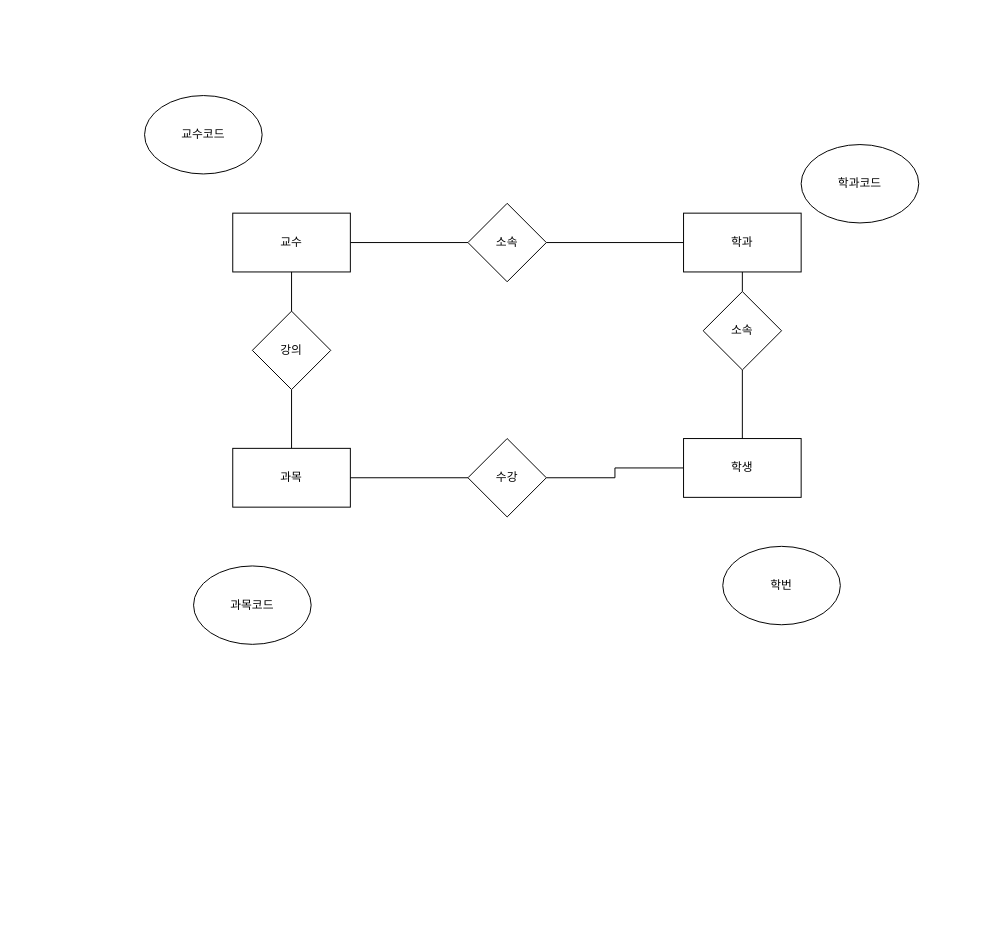
The draw.io diagram 제목 없는 다이어그램.drawio in hannakhw/welcome, before the edit. Source tidied: cells renumbered, new cells numbered last; positions are measured from the earlier drawing's top-left corner, leaving out a move shared by most shapes. Both pictures are drawn from the tidied source at 98%, with x=0, y=0 at pixel (144, 95).
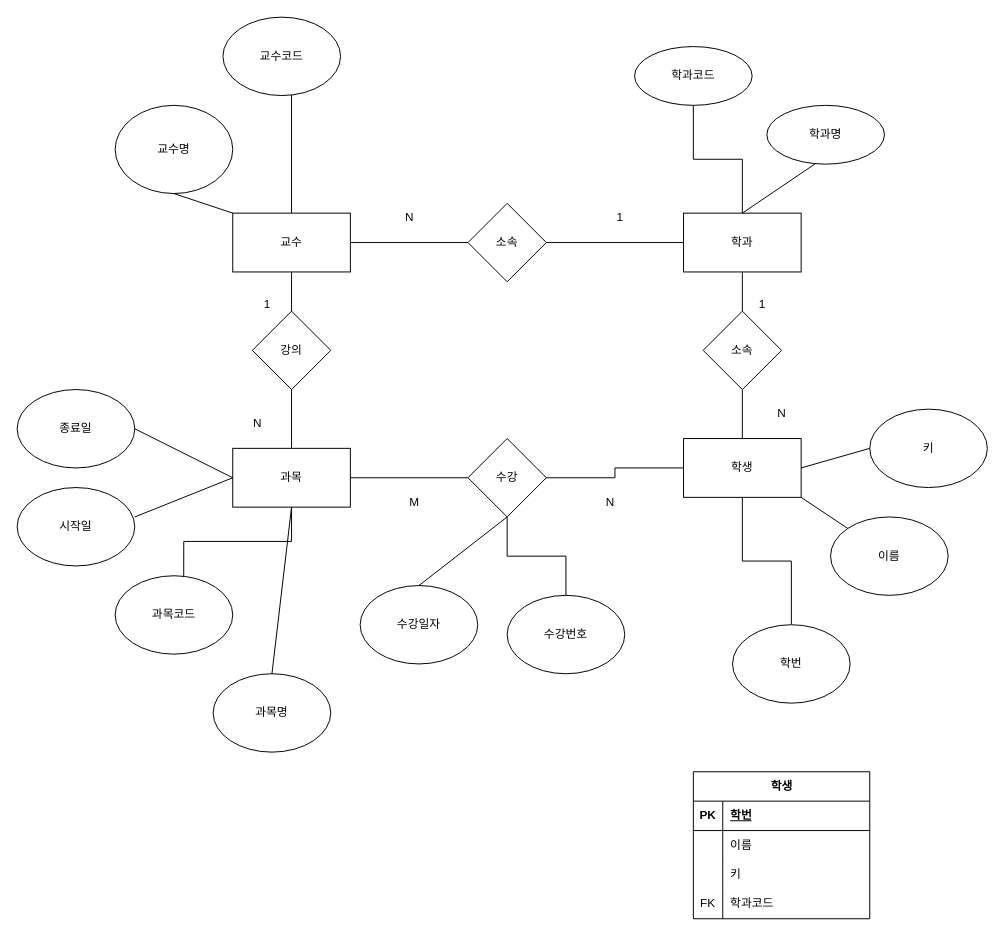
After the change.

Commit message:
제목 없는 다이어그램.drawio 업데이트

Unchanged cells that the change refers to:
```xml
<mxCell id="3" value="학생" style="rounded=0;whiteSpace=wrap;html=1;" parent="1" vertex="1">
  <mxGeometry x="550" y="350" width="120" height="60" as="geometry" />
</mxCell>
<mxCell id="9" value="학과" style="rounded=0;whiteSpace=wrap;html=1;strokeColor=default;align=center;verticalAlign=middle;fontFamily=Helvetica;fontSize=12;fontColor=default;fillColor=default;" parent="1" vertex="1">
  <mxGeometry x="550" y="120" width="120" height="60" as="geometry" />
</mxCell>
<mxCell id="11" value="교수" style="rounded=0;whiteSpace=wrap;html=1;" parent="1" vertex="1">
  <mxGeometry x="90" y="120" width="120" height="60" as="geometry" />
</mxCell>
<mxCell id="13" value="과목" style="rounded=0;whiteSpace=wrap;html=1;" parent="1" vertex="1">
  <mxGeometry x="90" y="360" width="120" height="60" as="geometry" />
</mxCell>
<mxCell id="21" value="수강" style="rhombus;whiteSpace=wrap;html=1;" parent="1" vertex="1">
  <mxGeometry x="330" y="350" width="80" height="80" as="geometry" />
</mxCell>
```

The edit, as a diff of the source:
```diff
@@
+    <mxCell id="22" style="edgeStyle=orthogonalEdgeStyle;rounded=0;jettySize=auto;html=1;exitX=0.5;exitY=1;exitDx=0;exitDy=0;entryX=0.5;entryY=0;entryDx=0;entryDy=0;endArrow=none;endFill=0;" parent="1" edge="1" source="3" target="4">
+      <mxGeometry relative="1" as="geometry" />
+    </mxCell>
@@
     <mxCell id="4" value="학번" style="ellipse;whiteSpace=wrap;html=1;" parent="1" vertex="1">
-      <mxGeometry x="590" y="460" width="120" height="80" as="geometry" />
+      <mxGeometry x="600" y="540" width="120" height="80" as="geometry" />
     </mxCell>
+    <mxCell id="23" style="edgeStyle=orthogonalEdgeStyle;rounded=0;jettySize=auto;html=1;exitX=1;exitY=1;exitDx=0;exitDy=0;entryX=0.5;entryY=0;entryDx=0;entryDy=0;endArrow=none;endFill=0;" parent="1" edge="1" source="5" target="11">
+      <mxGeometry relative="1" as="geometry">
+        <Array as="points">
+          <mxPoint x="150" y="-12" />
+        </Array>
+      </mxGeometry>
+    </mxCell>
     <mxCell id="5" value="교수코드" style="ellipse;whiteSpace=wrap;html=1;" parent="1" vertex="1">
-      <mxGeometry width="120" height="80" as="geometry" />
+      <mxGeometry x="80" y="-80" width="120" height="80" as="geometry" />
     </mxCell>
     <mxCell id="6" value="과목코드" style="ellipse;whiteSpace=wrap;html=1;" parent="1" vertex="1">
-      <mxGeometry x="50" y="480" width="120" height="80" as="geometry" />
+      <mxGeometry x="-30" y="490" width="120" height="80" as="geometry" />
     </mxCell>
+    <mxCell id="24" style="edgeStyle=orthogonalEdgeStyle;rounded=0;jettySize=auto;html=1;endArrow=none;endFill=0;entryX=0.5;entryY=0;entryDx=0;entryDy=0;" parent="1" edge="1" source="7" target="9">
+      <mxGeometry relative="1" as="geometry" />
+    </mxCell>
     <mxCell id="7" value="학과코드" style="ellipse;whiteSpace=wrap;html=1;" parent="1" vertex="1">
-      <mxGeometry x="670" y="50" width="120" height="80" as="geometry" />
+      <mxGeometry x="500" y="-50" width="120" height="60" as="geometry" />
     </mxCell>
@@
     <mxCell id="17" value="소속" style="rhombus;whiteSpace=wrap;html=1;" parent="1" vertex="1">
-      <mxGeometry x="570" y="200" width="80" height="80" as="geometry" />
+      <mxGeometry x="570" y="220" width="80" height="80" as="geometry" />
     </mxCell>
@@
+    <mxCell id="25" style="edgeStyle=orthogonalEdgeStyle;rounded=0;jettySize=auto;html=1;exitX=0.5;exitY=1;exitDx=0;exitDy=0;endArrow=none;endFill=0;" parent="1" edge="1" source="21" target="35">
+      <mxGeometry relative="1" as="geometry">
+        <Array as="points">
+          <mxPoint x="370" y="470" />
+          <mxPoint x="430" y="470" />
+        </Array>
+      </mxGeometry>
+    </mxCell>
@@
+    <mxCell id="26" style="edgeStyle=orthogonalEdgeStyle;rounded=0;jettySize=auto;html=1;exitX=0.5;exitY=1;exitDx=0;exitDy=0;entryX=0.583;entryY=0.017;entryDx=0;entryDy=0;entryPerimeter=0;endArrow=none;endFill=0;" parent="1" edge="1" source="13" target="6">
+      <mxGeometry relative="1" as="geometry" />
+    </mxCell>
+    <mxCell id="27" value="N" style="text;html=1;align=center;verticalAlign=middle;strokeColor=none;fillColor=none;" parent="1" vertex="1">
+      <mxGeometry x="255" y="110" width="30" height="30" as="geometry" />
+    </mxCell>
+    <mxCell id="28" value="1" style="text;html=1;align=center;verticalAlign=middle;strokeColor=none;fillColor=none;" parent="1" vertex="1">
+      <mxGeometry x="470" y="110" width="30" height="30" as="geometry" />
+    </mxCell>
+    <mxCell id="29" value="1" style="text;html=1;align=center;verticalAlign=middle;strokeColor=none;fillColor=none;" parent="1" vertex="1">
+      <mxGeometry x="615" y="198" width="30" height="30" as="geometry" />
+    </mxCell>
+    <mxCell id="30" value="N" style="text;html=1;align=center;verticalAlign=middle;strokeColor=none;fillColor=none;" parent="1" vertex="1">
+      <mxGeometry x="635" y="310" width="30" height="30" as="geometry" />
+    </mxCell>
+    <mxCell id="31" value="1" style="text;html=1;align=center;verticalAlign=middle;strokeColor=none;fillColor=none;" parent="1" vertex="1">
+      <mxGeometry x="110" y="198" width="30" height="30" as="geometry" />
+    </mxCell>
+    <mxCell id="32" value="N" style="text;html=1;align=center;verticalAlign=middle;strokeColor=none;fillColor=none;" parent="1" vertex="1">
+      <mxGeometry x="100" y="320" width="30" height="30" as="geometry" />
+    </mxCell>
+    <mxCell id="33" value="N" style="text;html=1;align=center;verticalAlign=middle;strokeColor=none;fillColor=none;" parent="1" vertex="1">
+      <mxGeometry x="460" y="400" width="30" height="30" as="geometry" />
+    </mxCell>
+    <mxCell id="34" value="M" style="text;html=1;align=center;verticalAlign=middle;strokeColor=none;fillColor=none;" parent="1" vertex="1">
+      <mxGeometry x="260" y="400" width="30" height="30" as="geometry" />
+    </mxCell>
+    <mxCell id="35" value="수강번호" style="ellipse;whiteSpace=wrap;html=1;" parent="1" vertex="1">
+      <mxGeometry x="370" y="510" width="120" height="80" as="geometry" />
+    </mxCell>
+    <mxCell id="36" value="교수명" style="ellipse;whiteSpace=wrap;html=1;" parent="1" vertex="1">
+      <mxGeometry x="-30" y="10" width="120" height="90" as="geometry" />
+    </mxCell>
+    <mxCell id="37" style="endArrow=none;html=1;rounded=0;entryX=0;entryY=0;entryDx=0;entryDy=0;exitX=0.5;exitY=1;exitDx=0;exitDy=0;" parent="1" edge="1" source="36" target="11">
+      <mxGeometry relative="1" as="geometry" />
+    </mxCell>
+    <mxCell id="38" value="학과명" style="ellipse;whiteSpace=wrap;html=1;" parent="1" vertex="1">
+      <mxGeometry x="635" y="10" width="120" height="60" as="geometry" />
+    </mxCell>
+    <mxCell id="39" style="endArrow=none;html=1;rounded=0;entryX=0.411;entryY=0.994;entryDx=0;entryDy=0;entryPerimeter=0;exitX=0.5;exitY=0;exitDx=0;exitDy=0;" parent="1" edge="1" source="9" target="38">
+      <mxGeometry relative="1" as="geometry" />
+    </mxCell>
+    <mxCell id="40" value="수강일자" style="ellipse;whiteSpace=wrap;html=1;" parent="1" vertex="1">
+      <mxGeometry x="220" y="500" width="120" height="80" as="geometry" />
+    </mxCell>
+    <mxCell id="41" style="endArrow=none;html=1;rounded=0;entryX=0.5;entryY=1;entryDx=0;entryDy=0;exitX=0.5;exitY=0;exitDx=0;exitDy=0;" parent="1" edge="1" source="40" target="21">
+      <mxGeometry relative="1" as="geometry" />
+    </mxCell>
+    <mxCell id="42" value="이름" style="ellipse;whiteSpace=wrap;html=1;" parent="1" vertex="1">
+      <mxGeometry x="700" y="430" width="120" height="80" as="geometry" />
+    </mxCell>
+    <mxCell id="43" style="endArrow=none;html=1;rounded=0;entryX=1;entryY=1;entryDx=0;entryDy=0;" parent="1" edge="1" source="42" target="3">
+      <mxGeometry relative="1" as="geometry" />
+    </mxCell>
+    <mxCell id="44" value="키" style="ellipse;whiteSpace=wrap;html=1;" parent="1" vertex="1">
+      <mxGeometry x="740" y="320" width="120" height="80" as="geometry" />
+    </mxCell>
+    <mxCell id="45" style="endArrow=none;html=1;rounded=0;entryX=0;entryY=0.5;entryDx=0;entryDy=0;exitX=1;exitY=0.5;exitDx=0;exitDy=0;" parent="1" edge="1" source="3" target="44">
+      <mxGeometry relative="1" as="geometry" />
+    </mxCell>
+    <mxCell id="46" value="과목명" style="ellipse;whiteSpace=wrap;html=1;" parent="1" vertex="1">
+      <mxGeometry x="70" y="590" width="120" height="80" as="geometry" />
+    </mxCell>
+    <mxCell id="47" style="endArrow=none;html=1;rounded=0;entryX=0.5;entryY=1;entryDx=0;entryDy=0;exitX=0.5;exitY=0;exitDx=0;exitDy=0;" parent="1" edge="1" source="46" target="13">
+      <mxGeometry relative="1" as="geometry" />
+    </mxCell>
+    <mxCell id="48" value="시작일" style="ellipse;whiteSpace=wrap;html=1;" parent="1" vertex="1">
+      <mxGeometry x="-130" y="400" width="120" height="80" as="geometry" />
+    </mxCell>
+    <mxCell id="49" value="종료일" style="ellipse;whiteSpace=wrap;html=1;" parent="1" vertex="1">
+      <mxGeometry x="-130" y="300" width="120" height="80" as="geometry" />
+    </mxCell>
+    <mxCell id="50" style="endArrow=none;html=1;rounded=0;entryX=0;entryY=0.5;entryDx=0;entryDy=0;" parent="1" edge="1" target="13">
+      <mxGeometry relative="1" as="geometry">
+        <mxPoint x="-10" y="430" as="sourcePoint" />
+      </mxGeometry>
+    </mxCell>
+    <mxCell id="51" style="endArrow=none;html=1;rounded=0;entryX=1;entryY=0.5;entryDx=0;entryDy=0;exitX=0;exitY=0.5;exitDx=0;exitDy=0;" parent="1" edge="1" source="13" target="49">
+      <mxGeometry relative="1" as="geometry" />
+    </mxCell>
+    <mxCell id="52" value="학생" style="shape=table;startSize=30;childLayout=tableLayout;rowLines=0;fontStyle=1;align=center;html=1;" parent="1" vertex="1">
+      <mxGeometry x="560" y="690" width="180" height="150" as="geometry" />
+    </mxCell>
+    <mxCell id="53" style="shape=tableRow;horizontal=0;startSize=0;swimlaneHead=0;swimlaneBody=0;fillColor=none;top=0;left=0;right=0;bottom=1;" parent="52" vertex="1">
+      <mxGeometry y="30" width="180" height="30" as="geometry" />
+    </mxCell>
+    <mxCell id="54" value="PK" style="shape=partialRectangle;fillColor=none;top=0;left=0;bottom=0;right=0;fontStyle=1;overflow=hidden;whiteSpace=wrap;html=1;" parent="53" vertex="1">
+      <mxGeometry width="30" height="30" as="geometry" />
+    </mxCell>
+    <mxCell id="55" value="학번" style="shape=partialRectangle;fillColor=none;top=0;left=0;bottom=0;right=0;align=left;spacingLeft=6;fontStyle=5;overflow=hidden;whiteSpace=wrap;html=1;" parent="53" vertex="1">
+      <mxGeometry x="30" width="150" height="30" as="geometry" />
+    </mxCell>
+    <mxCell id="56" style="shape=tableRow;horizontal=0;startSize=0;swimlaneHead=0;swimlaneBody=0;fillColor=none;top=0;left=0;right=0;bottom=0;" parent="52" vertex="1">
+      <mxGeometry y="60" width="180" height="30" as="geometry" />
+    </mxCell>
+    <mxCell id="57" style="shape=partialRectangle;fillColor=none;top=0;left=0;bottom=0;right=0;overflow=hidden;whiteSpace=wrap;html=1;" parent="56" vertex="1">
+      <mxGeometry width="30" height="30" as="geometry" />
+    </mxCell>
+    <mxCell id="58" value="이름" style="shape=partialRectangle;fillColor=none;top=0;left=0;bottom=0;right=0;align=left;spacingLeft=6;overflow=hidden;whiteSpace=wrap;html=1;" parent="56" vertex="1">
+      <mxGeometry x="30" width="150" height="30" as="geometry" />
+    </mxCell>
+    <mxCell id="59" style="shape=tableRow;horizontal=0;startSize=0;swimlaneHead=0;swimlaneBody=0;fillColor=none;top=0;left=0;right=0;bottom=0;" parent="52" vertex="1">
+      <mxGeometry y="90" width="180" height="30" as="geometry" />
+    </mxCell>
+    <mxCell id="60" style="shape=partialRectangle;fillColor=none;top=0;left=0;bottom=0;right=0;overflow=hidden;whiteSpace=wrap;html=1;" parent="59" vertex="1">
+      <mxGeometry width="30" height="30" as="geometry" />
+    </mxCell>
+    <mxCell id="61" value="키" style="shape=partialRectangle;fillColor=none;top=0;left=0;bottom=0;right=0;align=left;spacingLeft=6;overflow=hidden;whiteSpace=wrap;html=1;" parent="59" vertex="1">
+      <mxGeometry x="30" width="150" height="30" as="geometry" />
+    </mxCell>
+    <mxCell id="62" style="shape=tableRow;horizontal=0;startSize=0;swimlaneHead=0;swimlaneBody=0;fillColor=none;top=0;left=0;right=0;bottom=0;" parent="52" vertex="1">
+      <mxGeometry y="120" width="180" height="30" as="geometry" />
+    </mxCell>
+    <mxCell id="63" value="FK" style="shape=partialRectangle;fillColor=none;top=0;left=0;bottom=0;right=0;overflow=hidden;whiteSpace=wrap;html=1;" parent="62" vertex="1">
+      <mxGeometry width="30" height="30" as="geometry" />
+    </mxCell>
+    <mxCell id="64" value="학과코드" style="shape=partialRectangle;fillColor=none;top=0;left=0;bottom=0;right=0;align=left;spacingLeft=6;overflow=hidden;whiteSpace=wrap;html=1;" parent="62" vertex="1">
+      <mxGeometry x="30" width="150" height="30" as="geometry" />
+    </mxCell>
```
